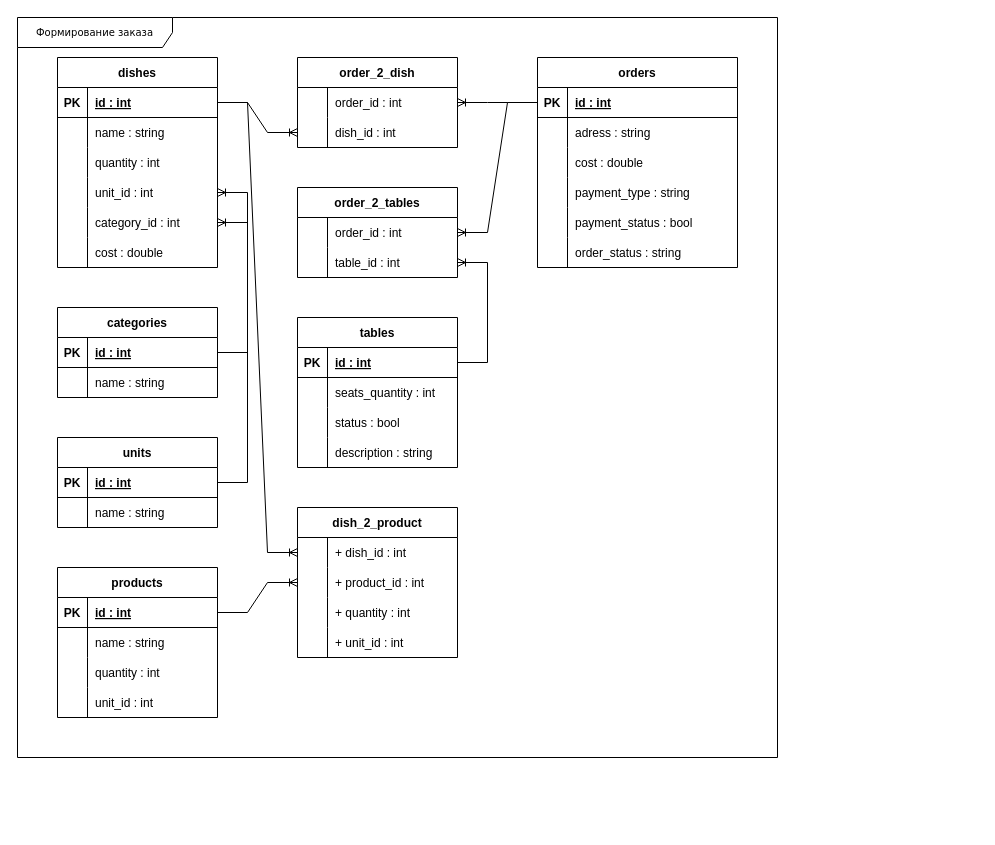
Above: HW_03/формирование заказа.drawio in ncedu-tlt/2021-impl-restaurant-business (draw.io), before the change. Source tidied: cells renumbered, new cells numbered last; positions are measured from the earlier drawing's top-left corner, leaving out a move shared by most shapes. Both pictures are drawn from the tidied source at 100%, with x=0, y=0 at pixel (17, 17).
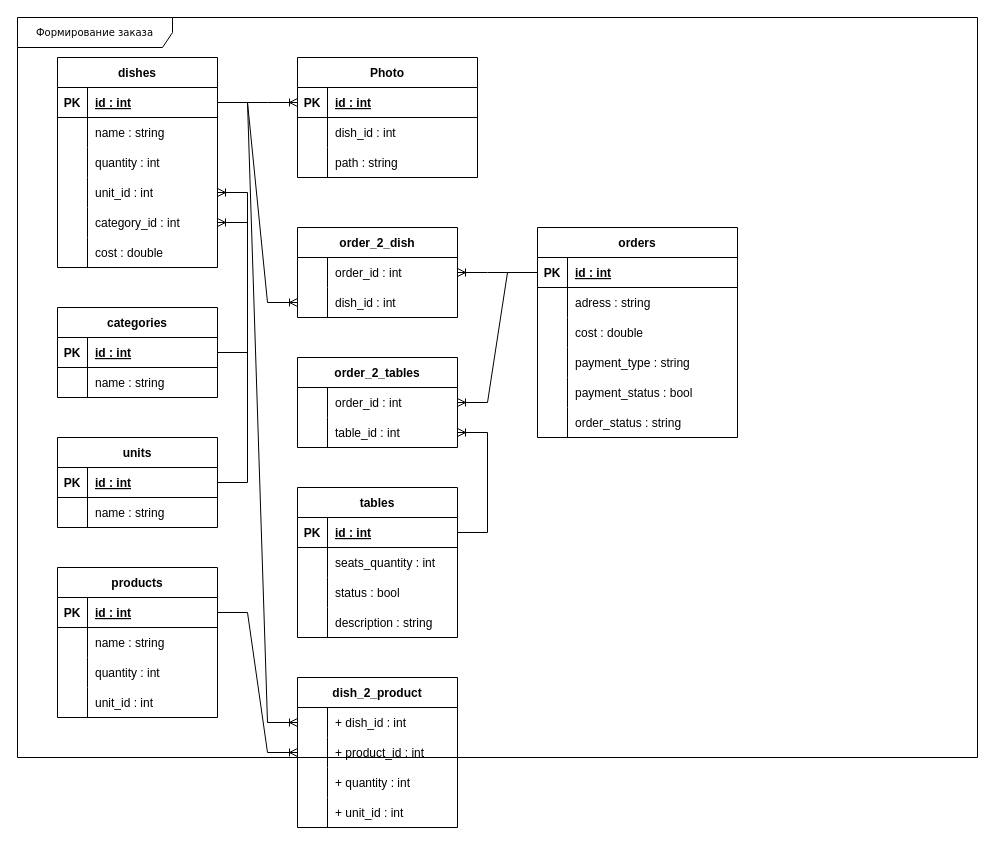
After the change.

Unchanged cells that the change refers to:
```xml
<mxCell id="4" style="shape=partialRectangle;fillColor=none;top=0;left=0;bottom=1;right=0;points=[[0,0.5],[1,0.5]];portConstraint=eastwest;" parent="3" vertex="1">
  <mxGeometry y="30" width="160" height="30" as="geometry" />
</mxCell>
```

Diff of the diagram source:
```diff
@@
     <mxCell id="2" value="Формирование заказа" style="shape=umlFrame;whiteSpace=wrap;html=1;rounded=0;shadow=0;comic=0;labelBackgroundColor=none;strokeWidth=1;fontFamily=Verdana;fontSize=10;align=center;width=155;height=30;noLabel=0;" parent="1" vertex="1">
-      <mxGeometry width="760" height="740" as="geometry" />
+      <mxGeometry width="960" height="740" as="geometry" />
     </mxCell>
@@
     <mxCell id="22" value="order_2_dish" style="shape=table;startSize=30;childLayout=tableLayout;rowLines=0;fontStyle=1;align=center;" parent="1" vertex="1">
-      <mxGeometry x="280" y="40" width="160" height="90" as="geometry" />
+      <mxGeometry x="280" y="210" width="160" height="90" as="geometry" />
     </mxCell>
@@
     <mxCell id="29" value="orders" style="shape=table;startSize=30;childLayout=tableLayout;rowLines=0;fontStyle=1;align=center;" parent="1" vertex="1">
-      <mxGeometry x="520" y="40" width="200" height="210" as="geometry" />
+      <mxGeometry x="520" y="210" width="200" height="210" as="geometry" />
     </mxCell>
@@
     <mxCell id="50" value="order_2_tables" style="shape=table;startSize=30;childLayout=tableLayout;rowLines=0;fontStyle=1;align=center;" parent="1" vertex="1">
-      <mxGeometry x="280" y="170" width="160" height="90" as="geometry" />
+      <mxGeometry x="280" y="340" width="160" height="90" as="geometry" />
     </mxCell>
@@
     <mxCell id="58" value="tables" style="shape=table;startSize=30;childLayout=tableLayout;rowLines=0;fontStyle=1;align=center;" parent="1" vertex="1">
-      <mxGeometry x="280" y="300" width="160" height="150" as="geometry" />
+      <mxGeometry x="280" y="470" width="160" height="150" as="geometry" />
     </mxCell>
@@
     <mxCell id="101" value="dish_2_product" style="shape=table;startSize=30;childLayout=tableLayout;rowLines=0;fontStyle=1;align=center;" parent="1" vertex="1">
-      <mxGeometry x="280" y="490" width="160" height="150" as="geometry" />
+      <mxGeometry x="280" y="660" width="160" height="150" as="geometry" />
     </mxCell>
@@
+    <mxCell id="116" value="Photo" style="shape=table;startSize=30;childLayout=tableLayout;rowLines=0;fontStyle=1;align=center;" parent="1" vertex="1">
+      <mxGeometry x="280" y="40" width="180" height="120" as="geometry" />
+    </mxCell>
+    <mxCell id="117" style="shape=partialRectangle;fillColor=none;top=0;left=0;bottom=1;right=0;points=[[0,0.5],[1,0.5]];portConstraint=eastwest;" parent="116" vertex="1">
+      <mxGeometry y="30" width="180" height="30" as="geometry" />
+    </mxCell>
+    <mxCell id="118" value="PK" style="shape=partialRectangle;fillColor=none;top=0;left=0;bottom=0;right=0;fontStyle=1;overflow=hidden;" parent="117" vertex="1">
+      <mxGeometry width="30" height="30" as="geometry" />
+    </mxCell>
+    <mxCell id="119" value="id : int" style="shape=partialRectangle;fillColor=none;top=0;left=0;bottom=0;right=0;align=left;spacingLeft=6;fontStyle=5;overflow=hidden;" parent="117" vertex="1">
+      <mxGeometry x="30" width="150" height="30" as="geometry" />
+    </mxCell>
+    <mxCell id="120" style="shape=partialRectangle;fillColor=none;top=0;left=0;bottom=0;right=0;" parent="116" vertex="1">
+      <mxGeometry y="60" width="180" height="30" as="geometry" />
+    </mxCell>
+    <mxCell id="121" style="shape=partialRectangle;fillColor=none;top=0;left=0;bottom=0;right=0;overflow=hidden;" parent="120" vertex="1">
+      <mxGeometry width="30" height="30" as="geometry" />
+    </mxCell>
+    <mxCell id="122" value="dish_id : int " style="shape=partialRectangle;fillColor=none;top=0;left=0;bottom=0;right=0;align=left;spacingLeft=6;overflow=hidden;" parent="120" vertex="1">
+      <mxGeometry x="30" width="150" height="30" as="geometry" />
+    </mxCell>
+    <mxCell id="123" style="shape=partialRectangle;fillColor=none;top=0;left=0;bottom=0;right=0;" parent="116" vertex="1">
+      <mxGeometry y="90" width="180" height="30" as="geometry" />
+    </mxCell>
+    <mxCell id="124" style="shape=partialRectangle;fillColor=none;top=0;left=0;bottom=0;right=0;overflow=hidden;" parent="123" vertex="1">
+      <mxGeometry width="30" height="30" as="geometry" />
+    </mxCell>
+    <mxCell id="125" value="path : string " style="shape=partialRectangle;fillColor=none;top=0;left=0;bottom=0;right=0;align=left;spacingLeft=6;overflow=hidden;" parent="123" vertex="1">
+      <mxGeometry x="30" width="150" height="30" as="geometry" />
+    </mxCell>
+    <mxCell id="126" style="edgeStyle=entityRelationEdgeStyle;fontSize=12;html=1;endArrow=ERoneToMany;rounded=0;exitX=1;exitY=0.5;exitDx=0;exitDy=0;entryX=0;entryY=0.5;entryDx=0;entryDy=0;" parent="1" edge="1" source="4" target="117">
+      <mxGeometry relative="1" as="geometry" />
+    </mxCell>
```
